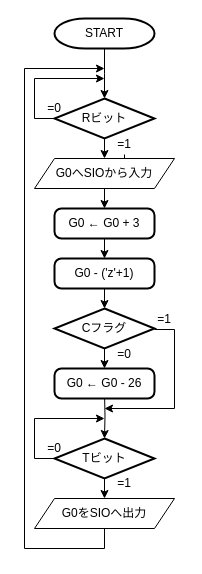
Earlier version of the draw.io diagram 28_暗号化/noS.drawio (tctsigemura/TecExercise). Source tidied: cells renumbered, new cells numbered last; positions are measured from the earlier drawing's top-left corner, leaving out a move shared by most shapes. Both pictures are drawn from the tidied source at 100%, with x=0, y=0 at pixel (24, 18).
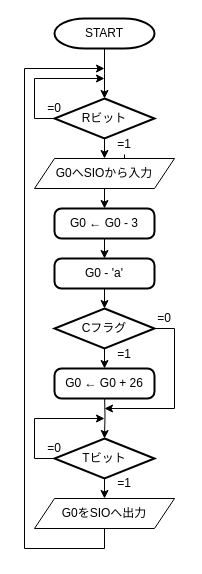
After the change.

Unchanged cells that the change refers to:
```xml
<mxCell id="22" value="Cフラグ" style="strokeWidth=2;html=1;shape=mxgraph.flowchart.decision;whiteSpace=wrap;" parent="1" vertex="1">
  <mxGeometry x="30" y="290" width="100" height="40" as="geometry" />
</mxCell>
```

Change to the diagram source:
```diff
@@
-    <mxCell id="20" value="G0 ← G0 + 3" style="rounded=1;whiteSpace=wrap;html=1;absoluteArcSize=1;arcSize=14;strokeWidth=2;" parent="1" vertex="1">
+    <mxCell id="20" value="G0 ← G0 - 3" style="rounded=1;whiteSpace=wrap;html=1;absoluteArcSize=1;arcSize=14;strokeWidth=2;" parent="1" vertex="1">
       <mxGeometry x="30" y="190" width="100" height="30" as="geometry" />
     </mxCell>
@@
+    <mxCell id="30" style="edgeStyle=orthogonalEdgeStyle;rounded=0;jettySize=auto;html=1;exitX=1;exitY=0.5;exitDx=0;exitDy=0;exitPerimeter=0;" parent="1" edge="1" source="22">
+      <mxGeometry relative="1" as="geometry">
+        <mxPoint x="80" y="390" as="targetPoint" />
+        <Array as="points">
+          <mxPoint x="150" y="310" />
+          <mxPoint x="150" y="390" />
+        </Array>
+      </mxGeometry>
+    </mxCell>
@@
-    <mxCell id="23" value="G0 - ('z'+1)" style="rounded=1;whiteSpace=wrap;html=1;absoluteArcSize=1;arcSize=14;strokeWidth=2;" parent="1" vertex="1">
+    <mxCell id="23" value="G0 - 'a'" style="rounded=1;whiteSpace=wrap;html=1;absoluteArcSize=1;arcSize=14;strokeWidth=2;" parent="1" vertex="1">
       <mxGeometry x="30" y="240" width="100" height="30" as="geometry" />
     </mxCell>
-    <mxCell id="24" style="edgeStyle=orthogonalEdgeStyle;rounded=0;jettySize=auto;html=1;exitX=0.25;exitY=1;exitDx=0;exitDy=0;" parent="1" edge="1" source="25">
-      <mxGeometry relative="1" as="geometry">
-        <mxPoint x="80" y="390" as="targetPoint" />
-        <Array as="points">
-          <mxPoint x="150" y="311" />
-          <mxPoint x="150" y="390" />
-        </Array>
-      </mxGeometry>
-    </mxCell>
-    <mxCell id="25" value="=1" style="text;html=1;strokeColor=none;fillColor=none;align=center;verticalAlign=middle;whiteSpace=wrap;rounded=0;" parent="1" vertex="1">
-      <mxGeometry x="120" y="291" width="40" height="20" as="geometry" />
+    <mxCell id="25" value="=0" style="text;html=1;strokeColor=none;fillColor=none;align=center;verticalAlign=middle;whiteSpace=wrap;rounded=0;" parent="1" vertex="1">
+      <mxGeometry x="120" y="290" width="40" height="20" as="geometry" />
     </mxCell>
-    <mxCell id="26" value="G0 ← G0 - 26" style="rounded=1;whiteSpace=wrap;html=1;absoluteArcSize=1;arcSize=14;strokeWidth=2;" parent="1" vertex="1">
+    <mxCell id="26" value="G0 ← G0 + 26" style="rounded=1;whiteSpace=wrap;html=1;absoluteArcSize=1;arcSize=14;strokeWidth=2;" parent="1" vertex="1">
       <mxGeometry x="30" y="350" width="100" height="30" as="geometry" />
     </mxCell>
@@
-    <mxCell id="29" value="=0" style="text;html=1;strokeColor=none;fillColor=none;align=center;verticalAlign=middle;whiteSpace=wrap;rounded=0;" parent="1" vertex="1">
+    <mxCell id="29" value="=1" style="text;html=1;strokeColor=none;fillColor=none;align=center;verticalAlign=middle;whiteSpace=wrap;rounded=0;" parent="1" vertex="1">
       <mxGeometry x="80" y="326" width="40" height="20" as="geometry" />
     </mxCell>
```
